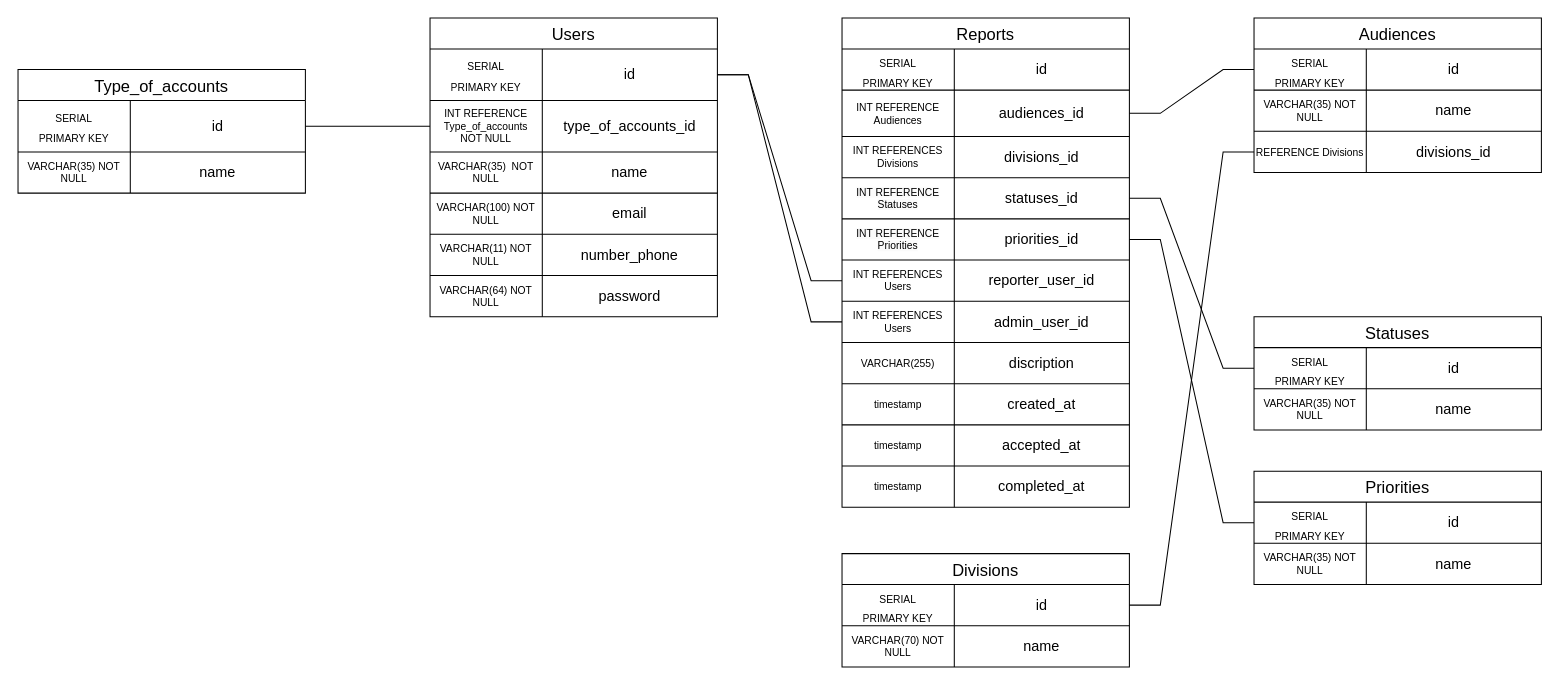
Before: db.drawio in Probe1st/sielom-reporter, a draw.io diagram. Source tidied: cells renumbered, new cells numbered last; positions are measured from the earlier drawing's top-left corner, leaving out a move shared by most shapes. Both pictures are drawn from the tidied source at 103%, with x=0, y=0 at pixel (18, 18).
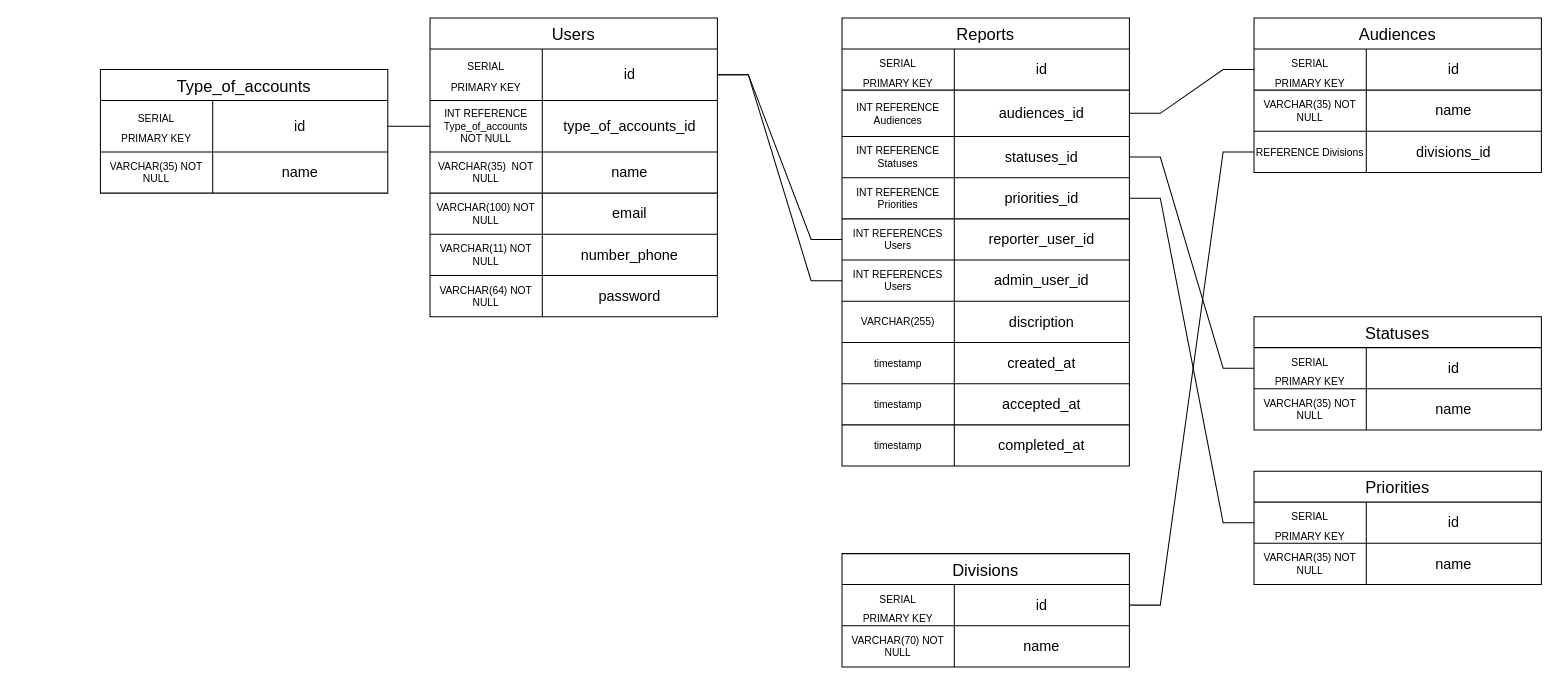
After the change.

The edit, as a diff of the source:
```diff
@@
     <mxCell id="21" value="Type_of_accounts" style="shape=table;startSize=30;childLayout=tableLayout;strokeColor=default;fontSize=16;" parent="1" vertex="1">
-      <mxGeometry y="50" width="279" height="120" as="geometry" />
+      <mxGeometry x="80" y="50" width="279" height="120" as="geometry" />
     </mxCell>
@@
     <mxCell id="52" value="Reports" style="shape=table;startSize=30;childLayout=tableLayout;strokeColor=default;fontSize=16;" parent="1" vertex="1">
-      <mxGeometry x="800" width="279" height="475" as="geometry" />
+      <mxGeometry x="800" width="279" height="435" as="geometry" />
     </mxCell>
@@
-    <mxCell id="59" style="shape=tableRow;horizontal=0;startSize=0;swimlaneHead=0;swimlaneBody=0;strokeColor=inherit;top=0;left=0;bottom=0;right=0;fillColor=none;fontSize=16;" parent="52" vertex="1">
-      <mxGeometry y="115" width="279" height="40" as="geometry" />
-    </mxCell>
-    <mxCell id="60" value="INT REFERENCES Divisions" style="shape=partialRectangle;html=1;whiteSpace=wrap;strokeColor=inherit;overflow=hidden;fillColor=none;top=0;left=0;bottom=0;right=0;fontSize=10;" parent="59" vertex="1">
-      <mxGeometry width="109" height="40" as="geometry" />
-    </mxCell>
-    <mxCell id="61" value="divisions_id" style="shape=partialRectangle;html=1;whiteSpace=wrap;strokeColor=inherit;overflow=hidden;fillColor=none;top=0;left=0;bottom=0;right=0;fontSize=14;" parent="59" vertex="1">
-      <mxGeometry x="109" width="170" height="40" as="geometry" />
-    </mxCell>
     <mxCell id="62" style="shape=tableRow;horizontal=0;startSize=0;swimlaneHead=0;swimlaneBody=0;strokeColor=inherit;top=0;left=0;bottom=0;right=0;fillColor=none;points=[[0,0.5],[1,0.5]];portConstraint=eastwest;fontSize=16;" parent="52" vertex="1">
-      <mxGeometry y="155" width="279" height="40" as="geometry" />
+      <mxGeometry y="115" width="279" height="40" as="geometry" />
     </mxCell>
@@
     <mxCell id="65" style="shape=tableRow;horizontal=0;startSize=0;swimlaneHead=0;swimlaneBody=0;strokeColor=inherit;top=0;left=0;bottom=0;right=0;fillColor=none;points=[[0,0.5],[1,0.5]];portConstraint=eastwest;fontSize=16;" parent="52" vertex="1">
-      <mxGeometry y="195" width="279" height="40" as="geometry" />
+      <mxGeometry y="155" width="279" height="40" as="geometry" />
     </mxCell>
@@
     <mxCell id="68" style="shape=tableRow;horizontal=0;startSize=0;swimlaneHead=0;swimlaneBody=0;strokeColor=inherit;top=0;left=0;bottom=0;right=0;fillColor=none;points=[[0,0.5],[1,0.5]];portConstraint=eastwest;fontSize=16;" parent="52" vertex="1">
-      <mxGeometry y="235" width="279" height="40" as="geometry" />
+      <mxGeometry y="195" width="279" height="40" as="geometry" />
     </mxCell>
@@
     <mxCell id="71" style="shape=tableRow;horizontal=0;startSize=0;swimlaneHead=0;swimlaneBody=0;strokeColor=inherit;top=0;left=0;bottom=0;right=0;fillColor=none;points=[[0,0.5],[1,0.5]];portConstraint=eastwest;fontSize=16;" parent="52" vertex="1">
-      <mxGeometry y="275" width="279" height="40" as="geometry" />
+      <mxGeometry y="235" width="279" height="40" as="geometry" />
     </mxCell>
@@
     <mxCell id="74" style="shape=tableRow;horizontal=0;startSize=0;swimlaneHead=0;swimlaneBody=0;strokeColor=inherit;top=0;left=0;bottom=0;right=0;fillColor=none;fontSize=16;" parent="52" vertex="1">
-      <mxGeometry y="315" width="279" height="40" as="geometry" />
+      <mxGeometry y="275" width="279" height="40" as="geometry" />
     </mxCell>
@@
     <mxCell id="77" style="shape=tableRow;horizontal=0;startSize=0;swimlaneHead=0;swimlaneBody=0;strokeColor=inherit;top=0;left=0;bottom=0;right=0;fillColor=none;fontSize=16;" parent="52" vertex="1">
-      <mxGeometry y="355" width="279" height="40" as="geometry" />
+      <mxGeometry y="315" width="279" height="40" as="geometry" />
     </mxCell>
@@
     <mxCell id="80" style="shape=tableRow;horizontal=0;startSize=0;swimlaneHead=0;swimlaneBody=0;strokeColor=inherit;top=0;left=0;bottom=0;right=0;fillColor=none;fontSize=16;" parent="52" vertex="1">
-      <mxGeometry y="395" width="279" height="40" as="geometry" />
+      <mxGeometry y="355" width="279" height="40" as="geometry" />
     </mxCell>
@@
     <mxCell id="83" style="shape=tableRow;horizontal=0;startSize=0;swimlaneHead=0;swimlaneBody=0;strokeColor=inherit;top=0;left=0;bottom=0;right=0;fillColor=none;fontSize=16;" parent="52" vertex="1">
-      <mxGeometry y="435" width="279" height="40" as="geometry" />
+      <mxGeometry y="395" width="279" height="40" as="geometry" />
     </mxCell>
```
